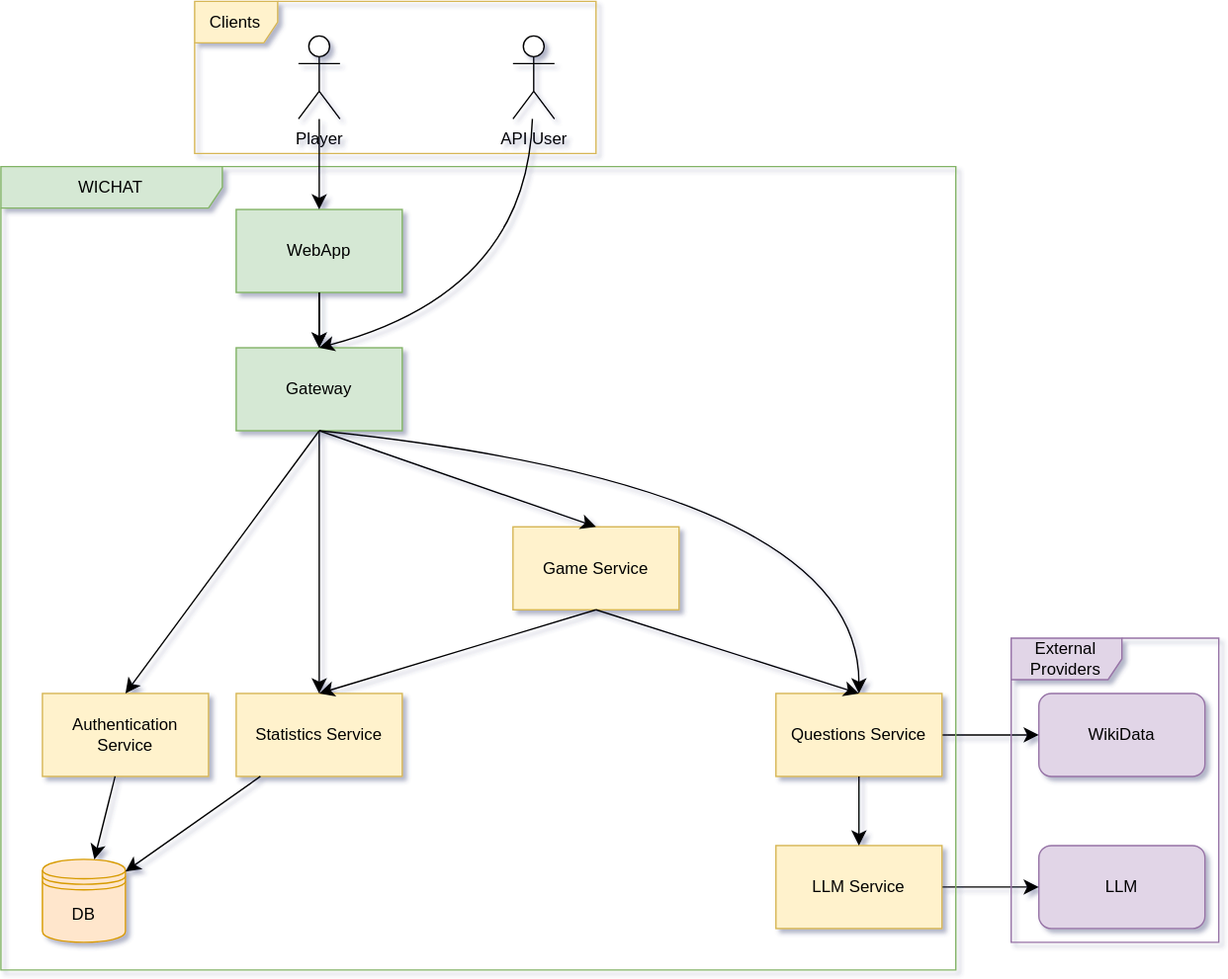
Arquisoft/wichat_en1c keeps this draw.io diagram as docs/images/build_block_view/overview.drawio.svg. Above is the earlier version. Source tidied: cells renumbered, new cells last; positions are measured from the earlier drawing's top-left corner, leaving out a move shared by most shapes.
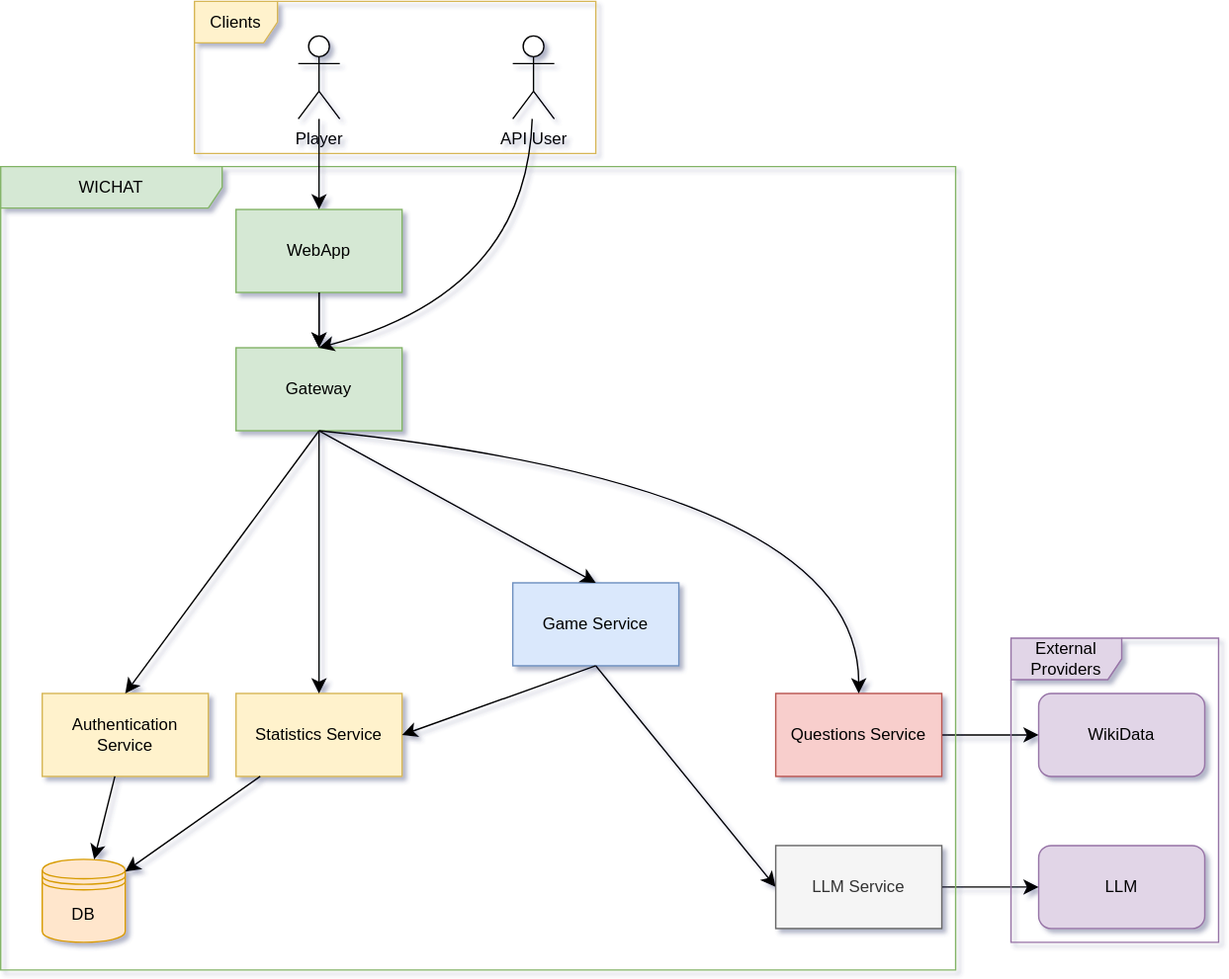
After the commit.

The edit, as a diff of the source:
```diff
@@ -41,16 +41,16 @@
     <mxCell id="14" style="edgeStyle=none;curved=1;rounded=0;jettySize=auto;html=1;fontSize=12;startSize=8;endSize=8;" parent="6" edge="1" source="12" target="10">
       <mxGeometry relative="1" as="geometry" />
     </mxCell>
-    <mxCell id="15" value="Game Service" style="rounded=0;whiteSpace=wrap;html=1;fillColor=#fff2cc;strokeColor=#d6b656;" parent="6" vertex="1">
-      <mxGeometry x="370" y="260.5" width="120" height="60" as="geometry" />
+    <mxCell id="15" value="Game Service" style="rounded=0;whiteSpace=wrap;html=1;fillColor=#dae8fc;strokeColor=#6c8ebf;" parent="6" vertex="1">
+      <mxGeometry x="370" y="301" width="120" height="60" as="geometry" />
     </mxCell>
     <mxCell id="16" style="edgeStyle=none;curved=1;rounded=0;jettySize=auto;html=1;fontSize=12;startSize=8;endSize=8;entryX=0.5;entryY=0;entryDx=0;entryDy=0;exitX=0.5;exitY=1;exitDx=0;exitDy=0;" parent="6" edge="1" source="7" target="15">
       <mxGeometry relative="1" as="geometry" />
     </mxCell>
-    <mxCell id="17" style="edgeStyle=none;curved=1;rounded=0;jettySize=auto;html=1;fontSize=12;startSize=8;endSize=8;exitX=0.5;exitY=1;exitDx=0;exitDy=0;entryX=0.5;entryY=0;entryDx=0;entryDy=0;" parent="6" edge="1" source="15" target="12">
+    <mxCell id="17" style="edgeStyle=none;curved=1;rounded=0;jettySize=auto;html=1;fontSize=12;startSize=8;endSize=8;exitX=0.5;exitY=1;exitDx=0;exitDy=0;entryX=1;entryY=0.5;entryDx=0;entryDy=0;" parent="6" edge="1" source="15" target="12">
       <mxGeometry relative="1" as="geometry" />
     </mxCell>
-    <mxCell id="18" value="Questions Service" style="rounded=0;whiteSpace=wrap;html=1;fillColor=#fff2cc;strokeColor=#d6b656;" parent="6" vertex="1">
+    <mxCell id="18" value="Questions Service" style="rounded=0;whiteSpace=wrap;html=1;fillColor=#f8cecc;strokeColor=#b85450;" parent="6" vertex="1">
       <mxGeometry x="560" y="381" width="120" height="60" as="geometry" />
     </mxCell>
     <mxCell id="19" style="edgeStyle=none;curved=1;rounded=0;jettySize=auto;html=1;fontSize=12;startSize=8;endSize=8;exitX=0.5;exitY=1;exitDx=0;exitDy=0;entryX=0.5;entryY=0;entryDx=0;entryDy=0;" parent="6" edge="1" source="7" target="18">
@@ -60,45 +60,42 @@
         </Array>
       </mxGeometry>
     </mxCell>
-    <mxCell id="20" style="edgeStyle=none;curved=1;rounded=0;jettySize=auto;html=1;fontSize=12;startSize=8;endSize=8;exitX=0.5;exitY=1;exitDx=0;exitDy=0;entryX=0.5;entryY=0;entryDx=0;entryDy=0;" parent="6" edge="1" source="15" target="18">
+    <mxCell id="20" style="edgeStyle=none;curved=1;rounded=0;jettySize=auto;html=1;fontSize=12;startSize=8;endSize=8;exitX=0.5;exitY=1;exitDx=0;exitDy=0;entryX=0;entryY=0.5;entryDx=0;entryDy=0;" parent="6" edge="1" source="15" target="21">
       <mxGeometry relative="1" as="geometry" />
     </mxCell>
-    <mxCell id="21" value="LLM Service" style="rounded=0;whiteSpace=wrap;html=1;fillColor=#fff2cc;strokeColor=#d6b656;" parent="6" vertex="1">
+    <mxCell id="21" value="LLM Service" style="rounded=0;whiteSpace=wrap;html=1;fillColor=#f5f5f5;strokeColor=#666666;fontColor=#333333;" parent="6" vertex="1">
       <mxGeometry x="560" y="491" width="120" height="60" as="geometry" />
     </mxCell>
-    <mxCell id="22" style="edgeStyle=none;curved=1;rounded=0;jettySize=auto;html=1;fontSize=12;startSize=8;endSize=8;entryX=0.5;entryY=0;entryDx=0;entryDy=0;exitX=0.5;exitY=1;exitDx=0;exitDy=0;" parent="6" edge="1" source="18" target="21">
-      <mxGeometry relative="1" as="geometry" />
+    <mxCell id="22" value="WebApp" style="rounded=0;whiteSpace=wrap;html=1;fillColor=#d5e8d4;strokeColor=#82b366;" parent="6" vertex="1">
+      <mxGeometry x="170" y="31" width="120" height="60" as="geometry" />
     </mxCell>
-    <mxCell id="23" value="WebApp" style="rounded=0;whiteSpace=wrap;html=1;fillColor=#d5e8d4;strokeColor=#82b366;" parent="6" vertex="1">
-      <mxGeometry x="170" y="31" width="120" height="60" as="geometry" />
+    <mxCell id="23" style="edgeStyle=none;curved=1;rounded=0;jettySize=auto;html=1;fontSize=12;startSize=8;endSize=8;" parent="6" edge="1" source="22" target="7">
+      <mxGeometry relative="1" as="geometry" />
     </mxCell>
-    <mxCell id="24" style="edgeStyle=none;curved=1;rounded=0;jettySize=auto;html=1;fontSize=12;startSize=8;endSize=8;" parent="6" edge="1" source="23" target="7">
+    <mxCell id="24" style="edgeStyle=none;curved=1;rounded=0;jettySize=auto;html=1;fontSize=12;startSize=8;endSize=8;" parent="6" edge="1" source="22" target="7">
       <mxGeometry relative="1" as="geometry" />
     </mxCell>
-    <mxCell id="25" style="edgeStyle=none;curved=1;rounded=0;jettySize=auto;html=1;fontSize=12;startSize=8;endSize=8;" parent="6" edge="1" source="23" target="7">
-      <mxGeometry relative="1" as="geometry" />
+    <mxCell id="25" value="Clients" style="shape=umlFrame;whiteSpace=wrap;html=1;fillColor=#fff2cc;strokeColor=#d6b656;" parent="1" vertex="1">
+      <mxGeometry x="140" y="-0.5" width="290" height="110" as="geometry" />
     </mxCell>
-    <mxCell id="26" value="Clients" style="shape=umlFrame;whiteSpace=wrap;html=1;fillColor=#fff2cc;strokeColor=#d6b656;" parent="1" vertex="1">
-      <mxGeometry x="140" y="-0.5" width="290" height="110" as="geometry" />
+    <mxCell id="26" value="API User" style="shape=umlActor;verticalLabelPosition=bottom;verticalAlign=top;html=1;outlineConnect=0;" parent="1" vertex="1">
+      <mxGeometry x="370" y="24.5" width="30" height="60" as="geometry" />
     </mxCell>
-    <mxCell id="27" value="API User" style="shape=umlActor;verticalLabelPosition=bottom;verticalAlign=top;html=1;outlineConnect=0;" parent="1" vertex="1">
-      <mxGeometry x="370" y="24.5" width="30" height="60" as="geometry" />
+    <mxCell id="27" value="Player" style="shape=umlActor;verticalLabelPosition=bottom;verticalAlign=top;html=1;outlineConnect=0;" parent="1" vertex="1">
+      <mxGeometry x="215" y="24.5" width="30" height="60" as="geometry" />
     </mxCell>
-    <mxCell id="28" value="Player" style="shape=umlActor;verticalLabelPosition=bottom;verticalAlign=top;html=1;outlineConnect=0;" parent="1" vertex="1">
-      <mxGeometry x="215" y="24.5" width="30" height="60" as="geometry" />
+    <mxCell id="28" style="edgeStyle=none;curved=1;rounded=0;jettySize=auto;html=1;fontSize=12;startSize=8;endSize=8;" parent="1" edge="1" source="27" target="22">
+      <mxGeometry relative="1" as="geometry" />
     </mxCell>
-    <mxCell id="29" style="edgeStyle=none;curved=1;rounded=0;jettySize=auto;html=1;fontSize=12;startSize=8;endSize=8;" parent="1" edge="1" source="28" target="23">
-      <mxGeometry relative="1" as="geometry" />
+    <mxCell id="29" style="edgeStyle=none;curved=1;rounded=0;jettySize=auto;html=1;fontSize=12;startSize=8;endSize=8;entryX=0.5;entryY=0;entryDx=0;entryDy=0;" parent="1" edge="1" source="26" target="7">
+      <mxGeometry relative="1" as="geometry">
+        <Array as="points">
+          <mxPoint x="380" y="210" />
+        </Array>
+      </mxGeometry>
     </mxCell>
-    <mxCell id="30" style="edgeStyle=none;curved=1;rounded=0;jettySize=auto;html=1;fontSize=12;startSize=8;endSize=8;entryX=0.5;entryY=0;entryDx=0;entryDy=0;" parent="1" edge="1" source="27" target="7">
-      <mxGeometry relative="1" as="geometry">
-        <Array as="points">
-          <mxPoint x="380" y="210" />
-        </Array>
-      </mxGeometry>
+    <mxCell id="30" value="External Providers" style="shape=umlFrame;whiteSpace=wrap;html=1;fillColor=#e1d5e7;strokeColor=#9673a6;width=80;height=30;" parent="1" vertex="1">
+      <mxGeometry x="730" y="460" width="150" height="220" as="geometry" />
     </mxCell>
-    <mxCell id="31" value="External Providers" style="shape=umlFrame;whiteSpace=wrap;html=1;fillColor=#e1d5e7;strokeColor=#9673a6;width=80;height=30;" parent="1" vertex="1">
-      <mxGeometry x="730" y="460" width="150" height="220" as="geometry" />
-    </mxCell>
   </root>
 </mxGraphModel>
```
